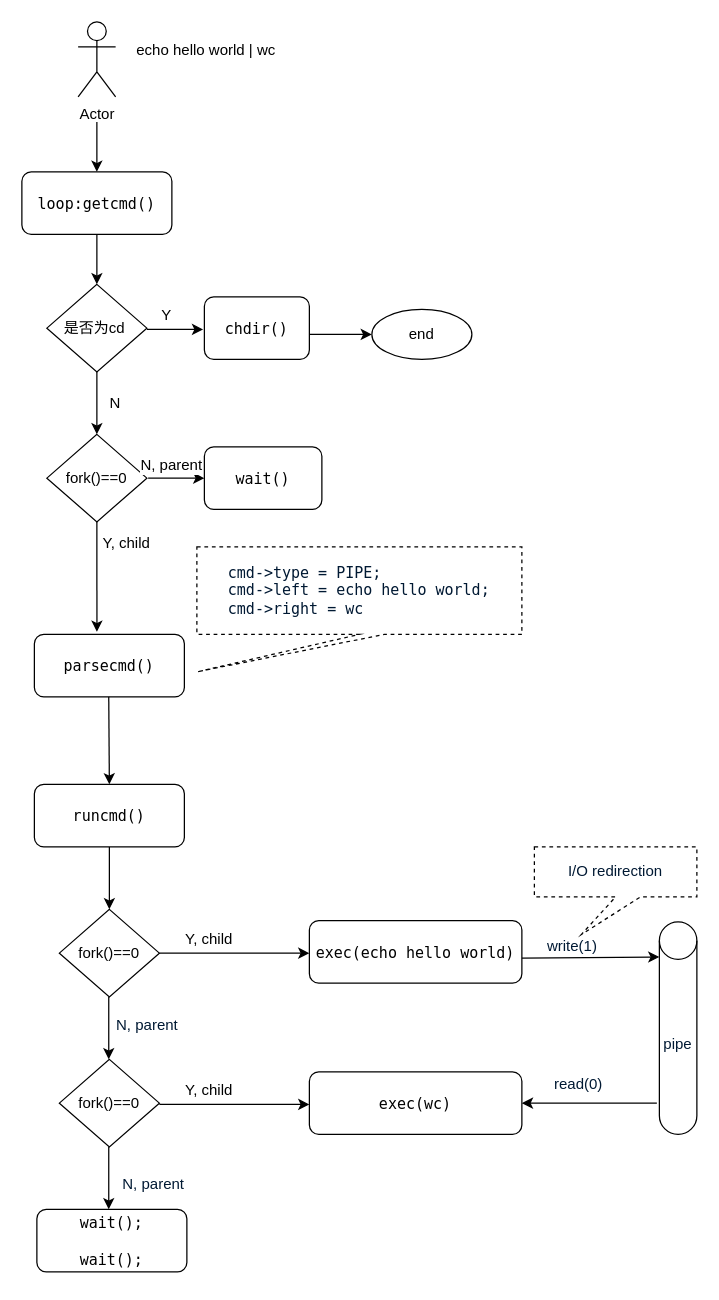
This is xv6/shell.drawio.xml from Qinch/draw.io, a draw.io file, before an edit. Source tidied: cells renumbered, new cells numbered last; positions are measured from the earlier drawing's top-left corner, leaving out a move shared by most shapes. Both pictures are drawn from the tidied source at 125%, with x=0, y=0 at pixel (21, 21).
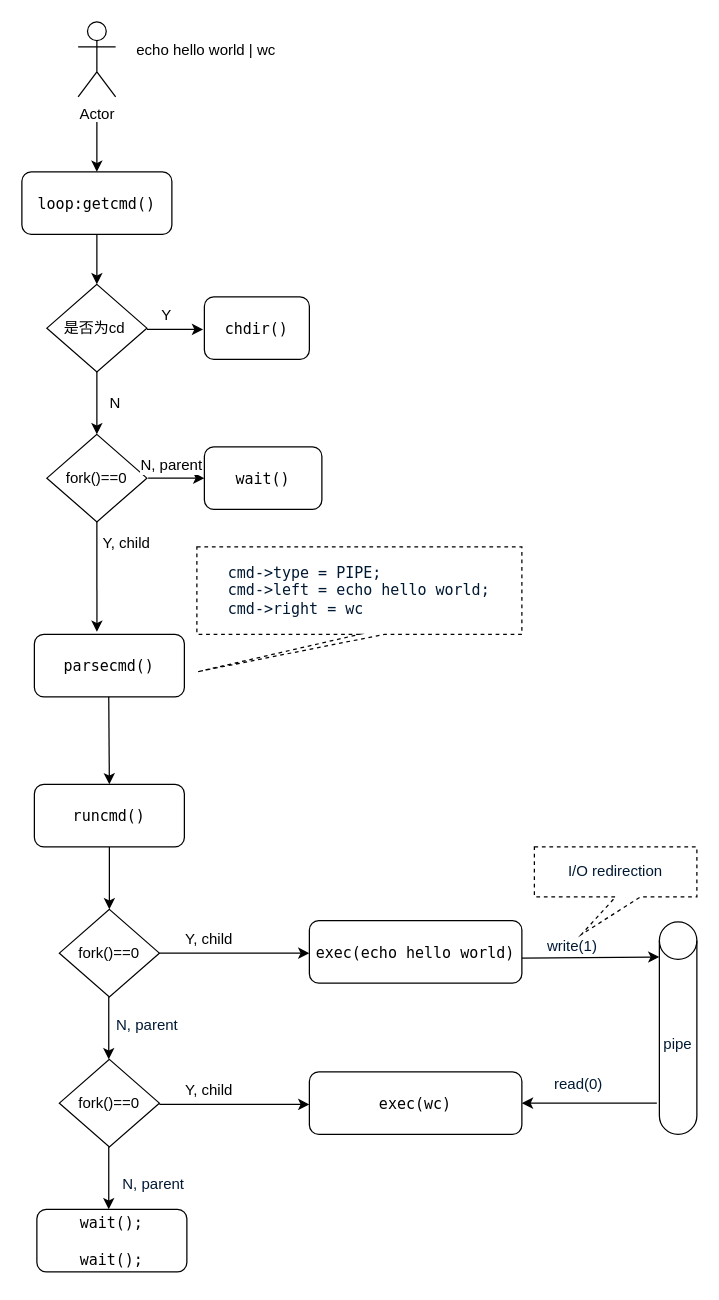
After the change.

The edit, as a diff of the source:
```diff
@@
-    <mxCell id="12" style="endArrow=classic;html=1;rounded=0;fontSize=12;" parent="1" edge="1">
-      <mxGeometry relative="1" as="geometry">
-        <mxPoint x="230" y="250" as="sourcePoint" />
-        <mxPoint x="280" y="250" as="targetPoint" />
-      </mxGeometry>
-    </mxCell>
-    <mxCell id="13" value="end" style="ellipse;whiteSpace=wrap;html=1;labelBackgroundColor=#FFFFFF;fontSize=12;" parent="1" vertex="1">
-      <mxGeometry x="280" y="230" width="80" height="40" as="geometry" />
-    </mxCell>
```
